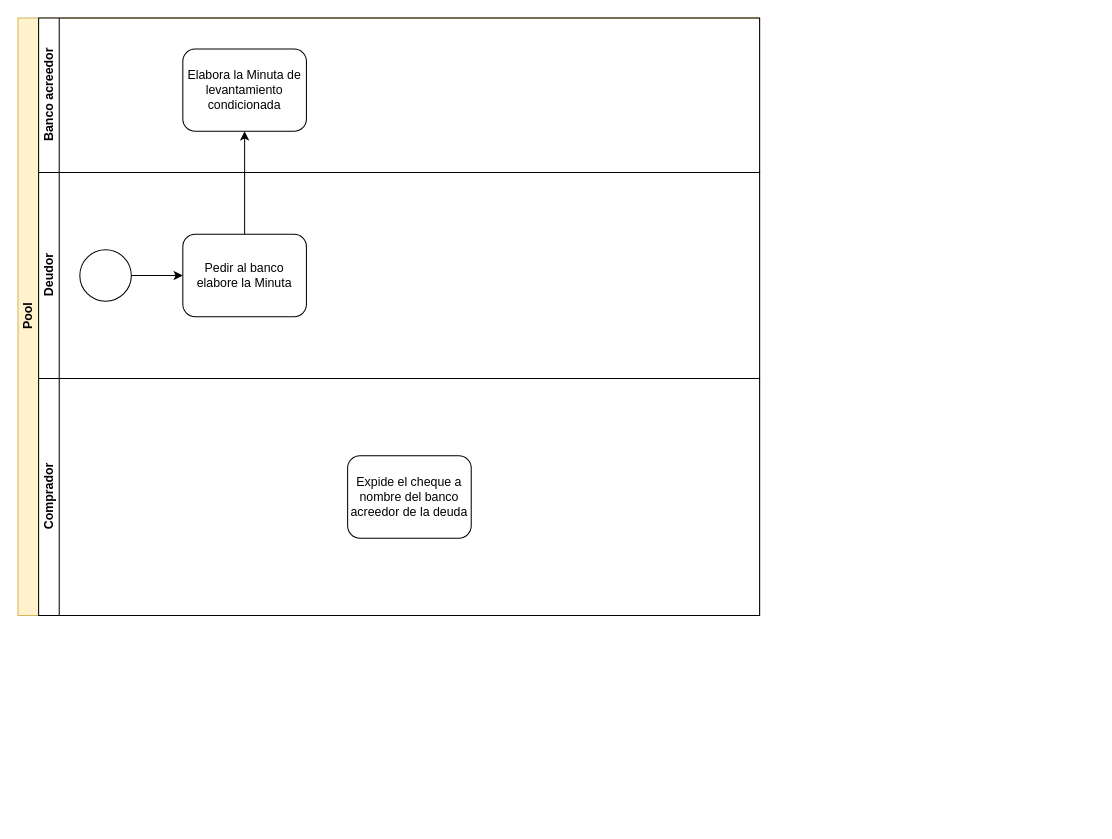
JossephModoCoope/FlowChartIsLife keeps this draw.io diagram as MinutaLevantamientoCondicionada.drawio. Above is the earlier version. Source tidied: cells renumbered, new cells numbered last; positions are measured from the earlier drawing's top-left corner, leaving out a move shared by most shapes. Both pictures are drawn from the tidied source at 103%, with x=0, y=0 at pixel (18, 18).
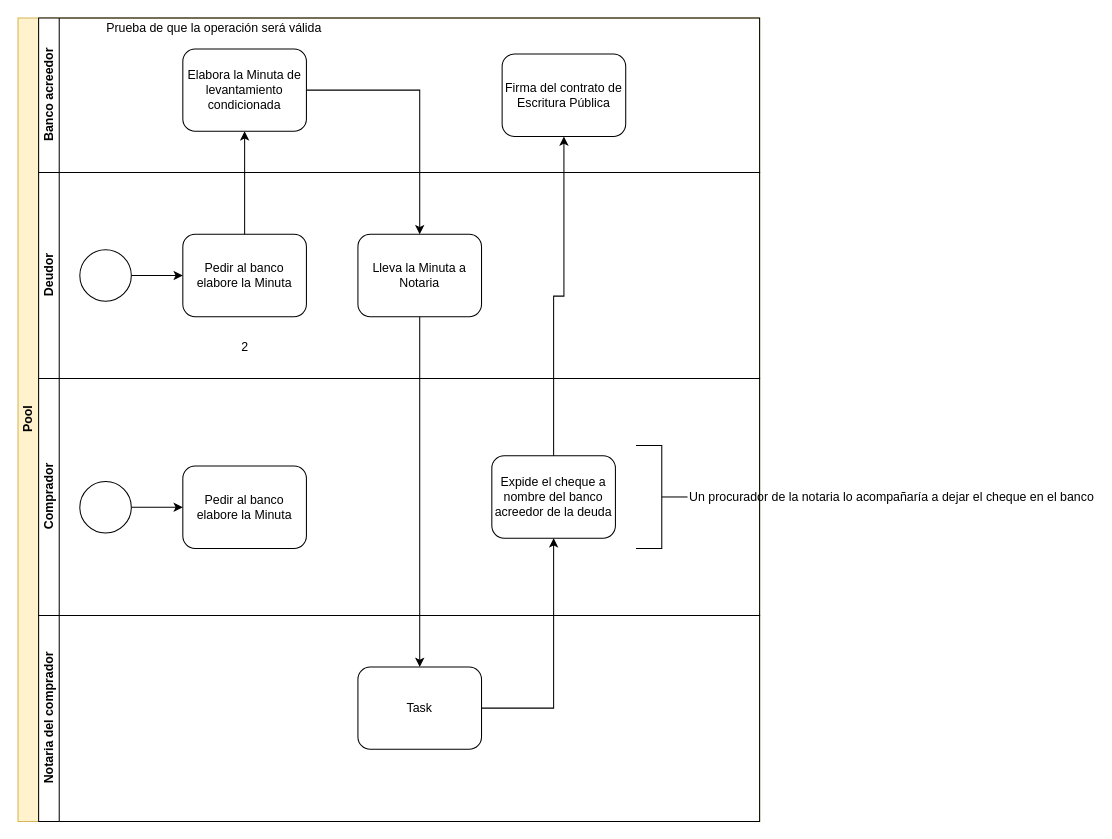
The same diagram, later.

The change refers to these unchanged cells:
```xml
<mxCell id="3" value="Banco acreedor" style="swimlane;html=1;startSize=20;horizontal=0;" parent="2" vertex="1">
  <mxGeometry x="20" width="700" height="150" as="geometry" />
</mxCell>
<mxCell id="4" value="Elabora la Minuta de levantamiento condicionada" style="shape=ext;rounded=1;html=1;whiteSpace=wrap;" parent="3" vertex="1">
  <mxGeometry x="140" y="30" width="120" height="80" as="geometry" />
</mxCell>
<mxCell id="5" value="Deudor" style="swimlane;html=1;startSize=20;horizontal=0;" parent="2" vertex="1">
  <mxGeometry x="20" y="150" width="700" height="200" as="geometry" />
</mxCell>
<mxCell id="8" value="Pedir al banco elabore la Minuta" style="shape=ext;rounded=1;html=1;whiteSpace=wrap;" parent="5" vertex="1">
  <mxGeometry x="140" y="60" width="120" height="80" as="geometry" />
</mxCell>
```

What changed in the source:
```diff
@@
     <mxCell id="2" value="Pool" style="swimlane;html=1;horizontal=0;startSize=20;swimlaneFillColor=none;fillColor=#fff2cc;strokeColor=#d6b656;" parent="1" vertex="1">
-      <mxGeometry width="720" height="580" as="geometry" />
+      <mxGeometry width="720" height="780" as="geometry" />
     </mxCell>
@@
+    <mxCell id="12" value="&lt;span style=&quot;text-align: left&quot;&gt;Prueba de que la operación será válida&lt;/span&gt;" style="text;html=1;align=center;verticalAlign=middle;perimeterSpacing=5;" parent="3" vertex="1">
+      <mxGeometry x="60" width="220" height="20" as="geometry" />
+    </mxCell>
@@
+    <mxCell id="13" value="Firma del contrato de Escritura Pública" style="shape=ext;rounded=1;html=1;whiteSpace=wrap;glass=0;gradientColor=none;" parent="3" vertex="1">
+      <mxGeometry x="450" y="35" width="120" height="80" as="geometry" />
+    </mxCell>
@@
+    <mxCell id="14" value="Lleva la Minuta a Notaria" style="shape=ext;rounded=1;html=1;whiteSpace=wrap;" parent="5" vertex="1">
+      <mxGeometry x="310" y="60" width="120" height="80" as="geometry" />
+    </mxCell>
+    <mxCell id="11" style="edgeStyle=orthogonalEdgeStyle;rounded=0;jettySize=auto;html=1;entryX=0.5;entryY=1;entryDx=0;entryDy=0;" parent="2" edge="1" source="8" target="4">
+      <mxGeometry relative="1" as="geometry" />
+    </mxCell>
-    <mxCell id="9" value="Comprador" style="swimlane;html=1;startSize=20;horizontal=0;" parent="2" vertex="1">
+    <mxCell id="9" value="Comprador" style="swimlane;html=1;startSize=20;horizontal=0;glass=0;" parent="2" vertex="1">
       <mxGeometry x="20" y="350" width="700" height="230" as="geometry" />
     </mxCell>
     <mxCell id="10" value="Expide el cheque a nombre del banco acreedor de la deuda" style="shape=ext;rounded=1;html=1;whiteSpace=wrap;" parent="9" vertex="1">
-      <mxGeometry x="300" y="75" width="120" height="80" as="geometry" />
+      <mxGeometry x="440" y="75" width="120" height="80" as="geometry" />
     </mxCell>
-    <mxCell id="11" style="edgeStyle=orthogonalEdgeStyle;rounded=0;jettySize=auto;html=1;entryX=0.5;entryY=1;entryDx=0;entryDy=0;" parent="2" edge="1" source="8" target="4">
-      <mxGeometry relative="1" as="geometry" />
-    </mxCell>
+    <mxCell id="15" value="&lt;p&gt;Un procurador de la notaria lo acompañaría a dejar el cheque en el banco&lt;/p&gt;" style="html=1;shape=mxgraph.flowchart.annotation_2;align=left;labelPosition=right;glass=0;gradientColor=none;direction=west;" parent="9" vertex="1">
+      <mxGeometry x="580" y="65" width="50" height="100" as="geometry" />
+    </mxCell>
+    <mxCell id="16" style="edgeStyle=orthogonalEdgeStyle;rounded=0;jettySize=auto;html=1;entryX=0;entryY=0.5;entryDx=0;entryDy=0;" parent="9" edge="1" source="17" target="18">
+      <mxGeometry relative="1" as="geometry" />
+    </mxCell>
+    <mxCell id="17" style="shape=mxgraph.bpmn.shape;html=1;verticalLabelPosition=bottom;labelBackgroundColor=#ffffff;verticalAlign=top;align=center;perimeter=ellipsePerimeter;outlineConnect=0;outline=standard;symbol=general;" parent="9" vertex="1">
+      <mxGeometry x="40" y="100" width="50" height="50" as="geometry" />
+    </mxCell>
+    <mxCell id="18" value="Pedir al banco elabore la Minuta" style="shape=ext;rounded=1;html=1;whiteSpace=wrap;" parent="9" vertex="1">
+      <mxGeometry x="140" y="85" width="120" height="80" as="geometry" />
+    </mxCell>
+    <mxCell id="19" value="Notaria del comprador" style="swimlane;html=1;startSize=20;horizontal=0;" parent="2" vertex="1">
+      <mxGeometry x="20" y="580" width="700" height="200" as="geometry" />
+    </mxCell>
+    <mxCell id="20" value="Task" style="shape=ext;rounded=1;html=1;whiteSpace=wrap;glass=0;gradientColor=none;" parent="19" vertex="1">
+      <mxGeometry x="310" y="50" width="120" height="80" as="geometry" />
+    </mxCell>
+    <mxCell id="21" style="edgeStyle=orthogonalEdgeStyle;rounded=0;jettySize=auto;html=1;entryX=0.5;entryY=0;entryDx=0;entryDy=0;" parent="2" edge="1" source="4" target="14">
+      <mxGeometry relative="1" as="geometry" />
+    </mxCell>
+    <mxCell id="22" style="edgeStyle=orthogonalEdgeStyle;rounded=0;jettySize=auto;html=1;" parent="2" edge="1" source="14" target="20">
+      <mxGeometry relative="1" as="geometry" />
+    </mxCell>
+    <mxCell id="23" style="edgeStyle=orthogonalEdgeStyle;rounded=0;jettySize=auto;html=1;entryX=0.5;entryY=1;entryDx=0;entryDy=0;" parent="2" edge="1" source="20" target="10">
+      <mxGeometry relative="1" as="geometry" />
+    </mxCell>
+    <mxCell id="24" style="edgeStyle=orthogonalEdgeStyle;rounded=0;jettySize=auto;html=1;entryX=0.5;entryY=1;entryDx=0;entryDy=0;" parent="2" edge="1" source="10" target="13">
+      <mxGeometry relative="1" as="geometry" />
+    </mxCell>
+    <mxCell id="25" value="2" style="text;html=1;align=center;verticalAlign=middle;" parent="1" vertex="1">
+      <mxGeometry x="210" y="310" width="20" height="20" as="geometry" />
+    </mxCell>
```
